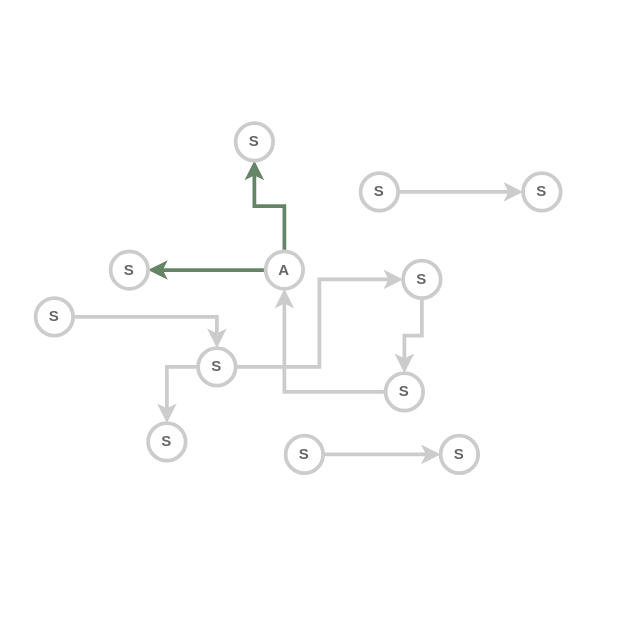
Before: page "Page-3" (3 of 4) of Business_Process2.drawio in maximilian-mintchev/Diagrams, a draw.io diagram. Source tidied: cells renumbered, new cells numbered last; positions are measured from the earlier drawing's top-left corner, leaving out a move shared by most shapes. Both pictures are drawn from the tidied source at 125%, with x=0, y=0 at pixel (35, 122).
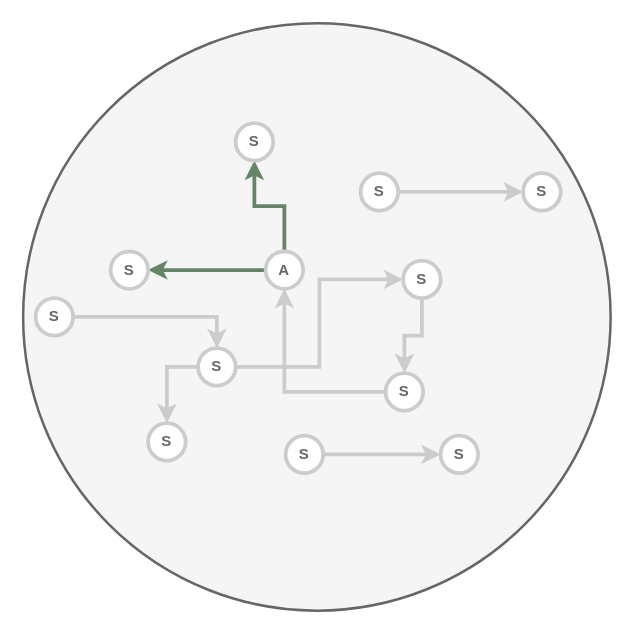
The same diagram, later.

What changed in the source:
```diff
@@
+    <mxCell id="23" style="ellipse;whiteSpace=wrap;html=1;strokeColor=#666666;strokeWidth=2;fillColor=#f5f5f5;fontColor=#333333;" parent="1" vertex="1">
+      <mxGeometry x="-10" y="-80" width="470" height="470" as="geometry" />
+    </mxCell>
```
